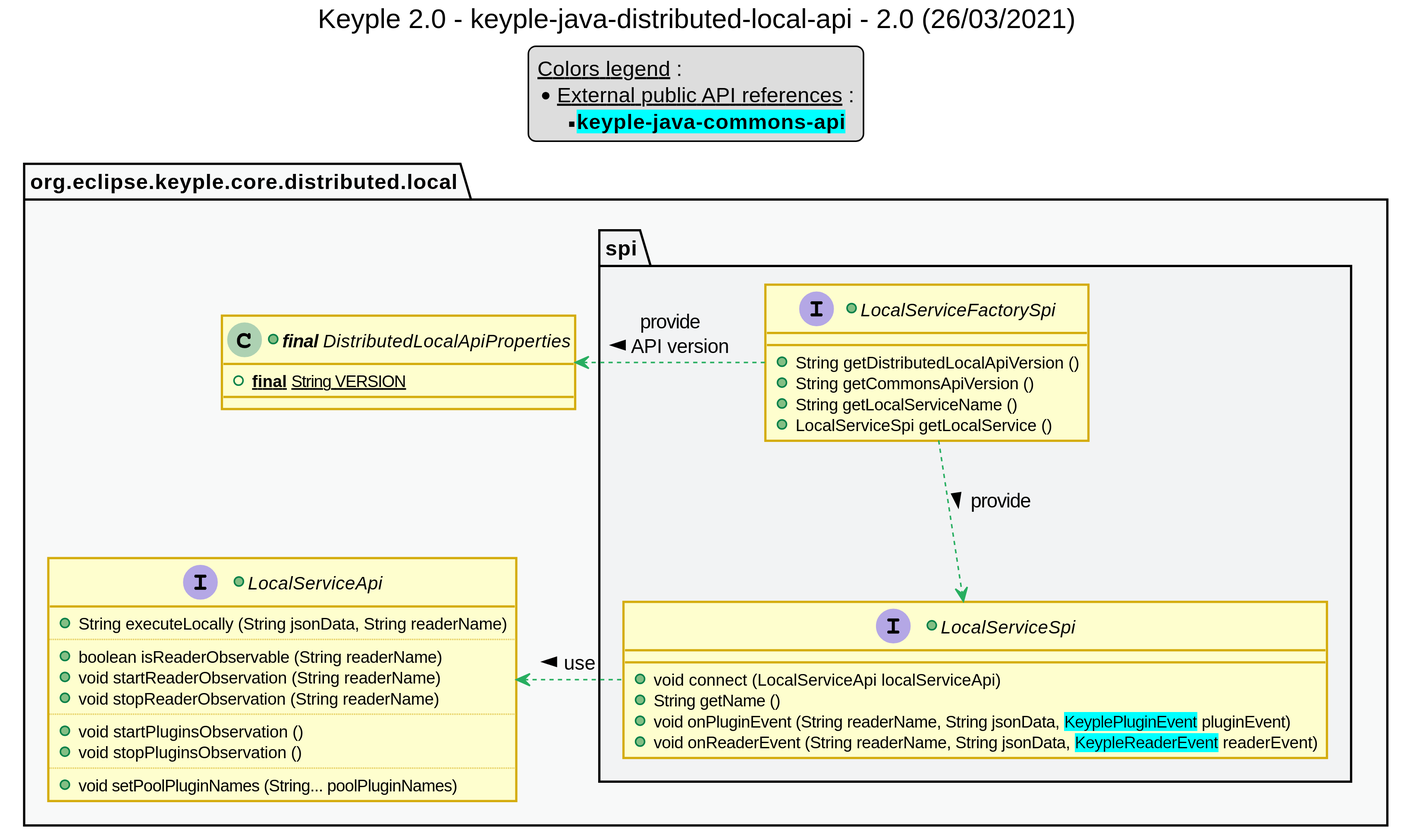
calypsonet/keyple_2_0 keeps this PlantUML diagram as uml/class/private-api/keyple_2_0_class_distributed_local_api.svg. Above is the earlier version.
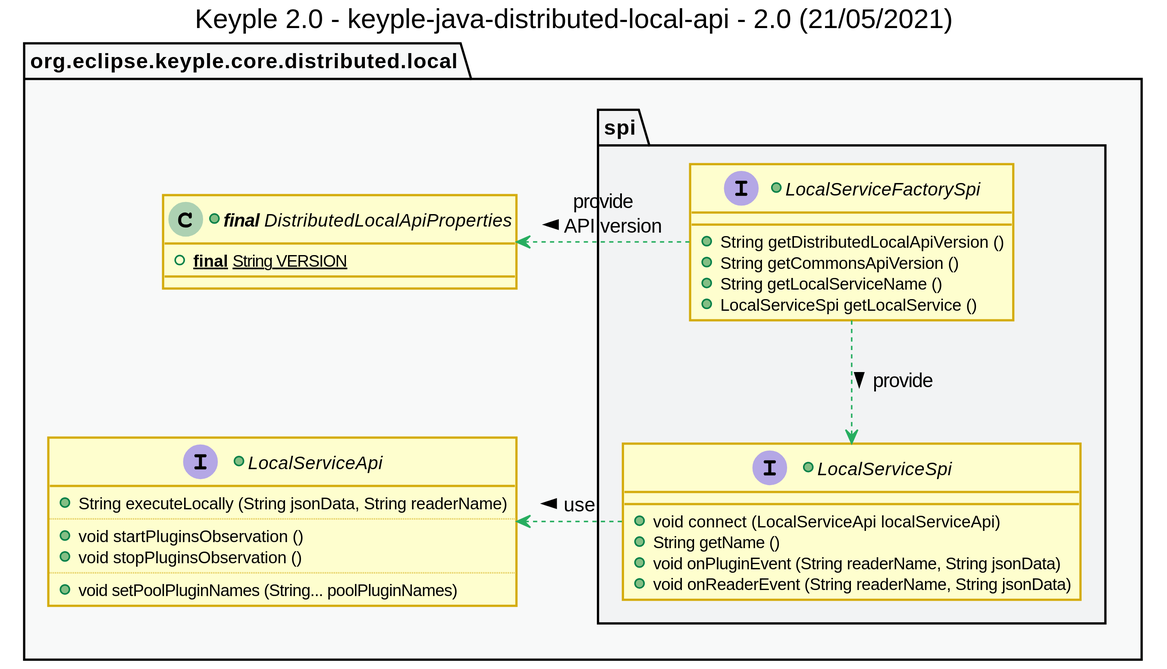
Above is the later version.

Change to the diagram source:
```diff
@@ -1,6 +1,6 @@
 @startuml
 title
-    Keyple 2.0 - keyple-java-distributed-local-api - 2.0 (26/03/2021)
+    Keyple 2.0 - keyple-java-distributed-local-api - 2.0 (21/05/2021)
 end title
 
 
@@ -37,22 +37,12 @@
 hide <<grey>> stereotype
 
 
-legend top
-    __Colors legend__ :
-    * __External public API references__ :
-    ** <back:cyan>**keyple-java-commons-api**</back>
-end legend
-
 package "org.eclipse.keyple.core.distributed.local" as api {
     +class "**final** DistributedLocalApiProperties" as ApiProperties {
         +{static} **final** String VERSION
     }
     +interface LocalServiceApi {
         +String executeLocally (String jsonData, String readerName)
-        ..
-        +boolean isReaderObservable (String readerName)
-        +void startReaderObservation (String readerName)
-        +void stopReaderObservation (String readerName)
         ..
         +void startPluginsObservation ()
         +void stopPluginsObservation ()
@@ -69,8 +59,8 @@
         +interface LocalServiceSpi {
             +void connect (LocalServiceApi localServiceApi)
             +String getName ()
-            +void onPluginEvent (String readerName, String jsonData, <back:cyan>KeyplePluginEvent</back> pluginEvent)
-            +void onReaderEvent (String readerName, String jsonData, <back:cyan>KeypleReaderEvent</back> readerEvent)
+            +void onPluginEvent (String readerName, String jsonData)
+            +void onReaderEvent (String readerName, String jsonData)
         }
     }
 }
```
